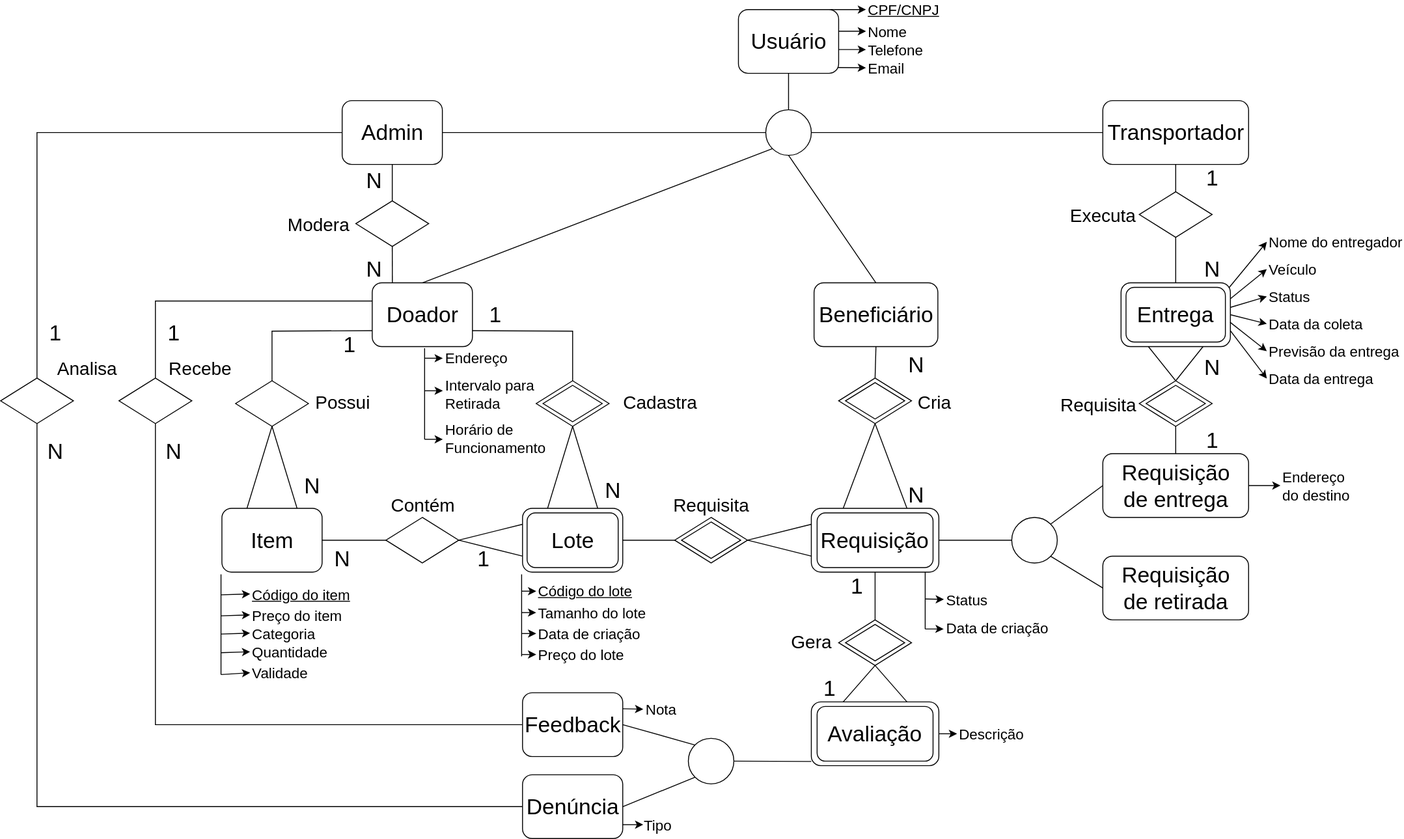
Earlier version of the draw.io export relational_schema_final_version.drawio.svg (Fugant1/zero-waste-schema). Source tidied: cells renumbered, new cells last; positions are measured from the earlier drawing's top-left corner, leaving out a move shared by most shapes.
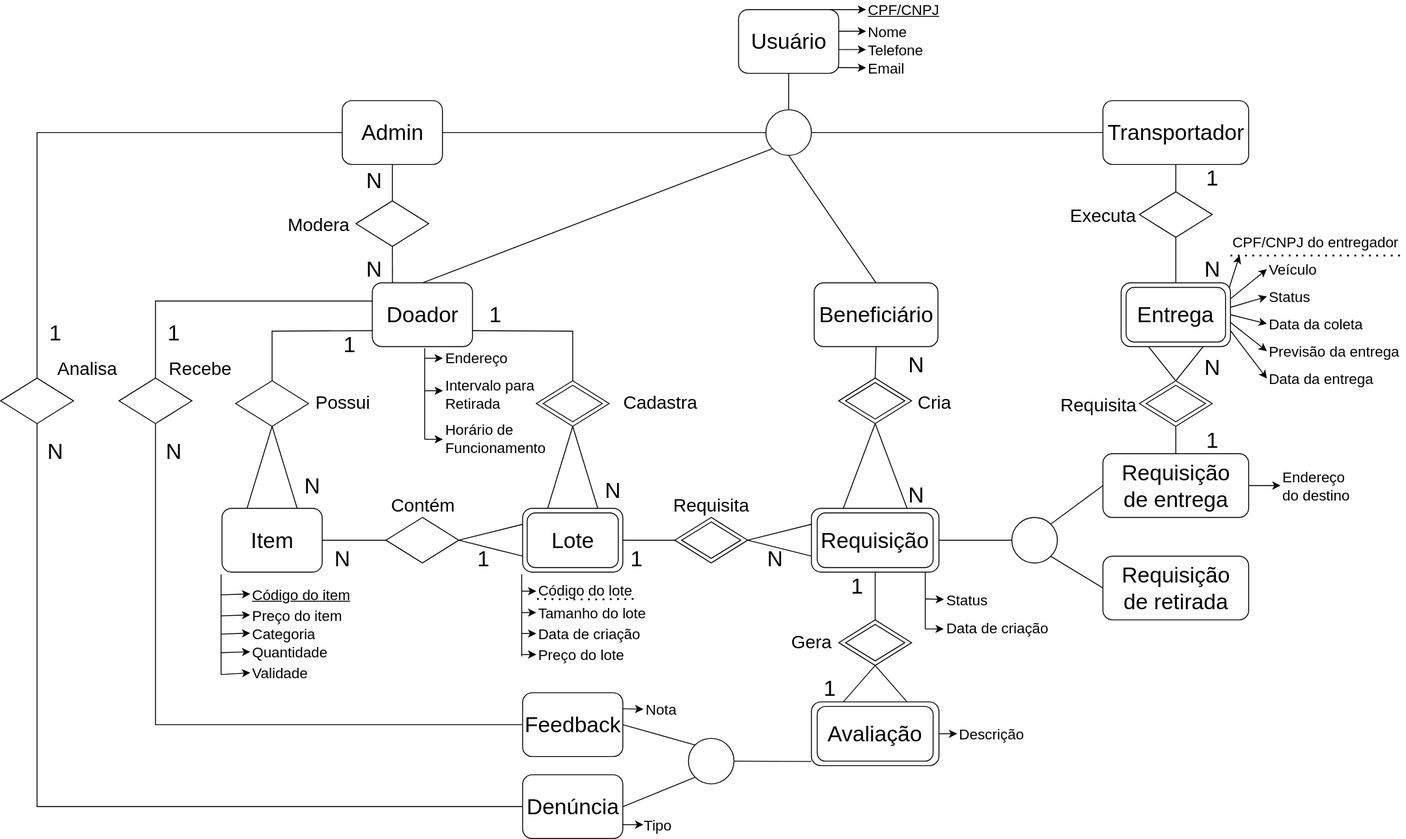
Above is the later version.

Diff of the diagram source:
```diff
@@ -117,9 +117,6 @@
         </Array>
       </mxGeometry>
     </mxCell>
-    <mxCell id="34" style="endArrow=none;html=1;rounded=0;entryX=0.5;entryY=1;entryDx=0;entryDy=0;exitX=0.25;exitY=0;exitDx=0;exitDy=0;" parent="1" edge="1" source="13" target="39">
-      <mxGeometry relative="1" as="geometry" />
-    </mxCell>
     <mxCell id="35" value="&lt;font style=&quot;font-size: 20px;&quot;&gt;Cadastra&lt;/font&gt;" style="text;html=1;align=center;verticalAlign=middle;whiteSpace=wrap;rounded=0;" parent="1" vertex="1">
       <mxGeometry x="679" y="424.5" width="90" height="30" as="geometry" />
     </mxCell>
@@ -531,8 +528,8 @@
     <mxCell id="156" value="&lt;font style=&quot;font-size: 24px;&quot;&gt;N&lt;/font&gt;" style="text;html=1;align=center;verticalAlign=middle;whiteSpace=wrap;rounded=0;" parent="1" vertex="1">
       <mxGeometry x="380" y="183" width="60" height="30" as="geometry" />
     </mxCell>
-    <mxCell id="157" value="&lt;div&gt;&lt;span style=&quot;font-size: 16px; background-color: transparent; color: light-dark(rgb(0, 0, 0), rgb(255, 255, 255));&quot;&gt;Nome do entregador&lt;/span&gt;&lt;/div&gt;" style="text;html=1;align=left;verticalAlign=middle;whiteSpace=wrap;rounded=0;" parent="1" vertex="1">
-      <mxGeometry x="1390" y="250" width="150" height="30" as="geometry" />
+    <mxCell id="157" value="&lt;div&gt;&lt;span style=&quot;font-size: 16px; background-color: transparent; color: light-dark(rgb(0, 0, 0), rgb(255, 255, 255));&quot;&gt;CPF/CNPJ do entregador&lt;/span&gt;&lt;/div&gt;" style="text;html=1;align=left;verticalAlign=middle;whiteSpace=wrap;rounded=0;" parent="1" vertex="1">
+      <mxGeometry x="1350" y="250" width="190" height="30" as="geometry" />
     </mxCell>
     <mxCell id="158" value="&lt;div&gt;&lt;span style=&quot;font-size: 16px; background-color: transparent; color: light-dark(rgb(0, 0, 0), rgb(255, 255, 255));&quot;&gt;Veículo&lt;/span&gt;&lt;/div&gt;" style="text;html=1;align=left;verticalAlign=middle;whiteSpace=wrap;rounded=0;" parent="1" vertex="1">
       <mxGeometry x="1390" y="280" width="60" height="30" as="geometry" />
@@ -549,7 +546,7 @@
     <mxCell id="162" value="&lt;div&gt;&lt;span style=&quot;font-size: 16px; background-color: transparent; color: light-dark(rgb(0, 0, 0), rgb(255, 255, 255));&quot;&gt;Previsão da entrega&lt;/span&gt;&lt;/div&gt;" style="text;html=1;align=left;verticalAlign=middle;whiteSpace=wrap;rounded=0;" parent="1" vertex="1">
       <mxGeometry x="1390" y="370" width="150" height="30" as="geometry" />
     </mxCell>
-    <mxCell id="163" style="endArrow=classic;html=1;rounded=0;entryX=0;entryY=0.5;entryDx=0;entryDy=0;exitX=0.989;exitY=0.073;exitDx=0;exitDy=0;exitPerimeter=0;" parent="1" edge="1" source="126" target="157">
+    <mxCell id="163" style="endArrow=classic;html=1;rounded=0;entryX=1;entryY=0;entryDx=0;entryDy=0;exitX=0.989;exitY=0.073;exitDx=0;exitDy=0;exitPerimeter=0;" parent="1" edge="1" source="126" target="146">
       <mxGeometry relative="1" as="geometry" />
     </mxCell>
     <mxCell id="164" style="endArrow=classic;html=1;rounded=0;entryX=0;entryY=0.5;entryDx=0;entryDy=0;exitX=1;exitY=0.25;exitDx=0;exitDy=0;" parent="1" edge="1" source="126" target="158">
@@ -579,9 +576,6 @@
     <mxCell id="172" value="&lt;div&gt;&lt;span style=&quot;font-size: 16px; background-color: transparent; color: light-dark(rgb(0, 0, 0), rgb(255, 255, 255));&quot;&gt;Data de criação&lt;/span&gt;&lt;/div&gt;" style="text;html=1;align=left;verticalAlign=middle;whiteSpace=wrap;rounded=0;" parent="1" vertex="1">
       <mxGeometry x="588" y="685" width="125" height="20" as="geometry" />
     </mxCell>
-    <mxCell id="173" value="&lt;div&gt;&lt;span style=&quot;font-size: 16px; background-color: transparent; color: light-dark(rgb(0, 0, 0), rgb(255, 255, 255));&quot;&gt;&lt;u&gt;Código do lote&lt;/u&gt;&lt;/span&gt;&lt;/div&gt;" style="text;html=1;align=left;verticalAlign=middle;whiteSpace=wrap;rounded=0;" parent="1" vertex="1">
-      <mxGeometry x="588" y="638.5" width="125" height="20" as="geometry" />
-    </mxCell>
     <mxCell id="174" value="&lt;div&gt;&lt;span style=&quot;font-size: 16px; background-color: transparent; color: light-dark(rgb(0, 0, 0), rgb(255, 255, 255));&quot;&gt;Preço do lote&lt;/span&gt;&lt;/div&gt;" style="text;html=1;align=left;verticalAlign=middle;whiteSpace=wrap;rounded=0;" parent="1" vertex="1">
       <mxGeometry x="588" y="708" width="120" height="20" as="geometry" />
     </mxCell>
@@ -663,8 +657,38 @@
     <mxCell id="191" style="endArrow=none;html=1;rounded=0;entryX=0.5;entryY=1;entryDx=0;entryDy=0;exitX=0.75;exitY=0;exitDx=0;exitDy=0;" parent="1" edge="1" source="16" target="26">
       <mxGeometry relative="1" as="geometry" />
     </mxCell>
-    <mxCell id="192" style="endArrow=none;html=1;rounded=0;entryX=0.5;entryY=1;entryDx=0;entryDy=0;exitX=0.75;exitY=0;exitDx=0;exitDy=0;" parent="1" edge="1" source="13" target="39">
+    <mxCell id="192" style="endArrow=none;html=1;rounded=0;entryX=0.5;entryY=1;entryDx=0;entryDy=0;exitX=0.25;exitY=0;exitDx=0;exitDy=0;" parent="1" edge="1" source="13" target="39">
       <mxGeometry relative="1" as="geometry" />
     </mxCell>
+    <mxCell id="193" style="group;" parent="1" vertex="1">
+      <mxGeometry x="588" y="637" width="125" height="20.5" as="geometry" />
+    </mxCell>
+    <mxCell id="173" value="&lt;div&gt;&lt;span style=&quot;font-size: 16px; background-color: transparent; color: light-dark(rgb(0, 0, 0), rgb(255, 255, 255));&quot;&gt;Código do lote&lt;/span&gt;&lt;/div&gt;" style="text;html=1;align=left;verticalAlign=middle;whiteSpace=wrap;rounded=0;convertToSvg=1;" parent="193" vertex="1">
+      <mxGeometry width="125" height="20" as="geometry" />
+    </mxCell>
+    <mxCell id="194" style="endArrow=none;dashed=1;html=1;dashPattern=1 3;strokeWidth=2;rounded=0;entryX=0;entryY=1;entryDx=0;entryDy=0;exitX=0.854;exitY=0.997;exitDx=0;exitDy=0;exitPerimeter=0;" parent="193" edge="1" source="173" target="173">
+      <mxGeometry relative="1" as="geometry">
+        <Array as="points">
+          <mxPoint x="69" y="20.5" />
+          <mxPoint x="49" y="20.5" />
+        </Array>
+      </mxGeometry>
+    </mxCell>
+    <mxCell id="195" style="endArrow=none;dashed=1;html=1;dashPattern=1 3;strokeWidth=2;rounded=0;entryX=1;entryY=1;entryDx=0;entryDy=0;exitX=0;exitY=1;exitDx=0;exitDy=0;" parent="1" edge="1" source="157" target="157">
+      <mxGeometry relative="1" as="geometry">
+        <Array as="points">
+          <mxPoint x="1452" y="280" />
+        </Array>
+      </mxGeometry>
+    </mxCell>
+    <mxCell id="34" style="endArrow=none;html=1;rounded=0;entryX=0.5;entryY=1;entryDx=0;entryDy=0;exitX=0.75;exitY=0;exitDx=0;exitDy=0;" parent="1" edge="1" source="13" target="39">
+      <mxGeometry relative="1" as="geometry" />
+    </mxCell>
+    <mxCell id="196" value="&lt;font style=&quot;font-size: 24px;&quot;&gt;1&lt;/font&gt;" style="text;html=1;align=center;verticalAlign=middle;whiteSpace=wrap;rounded=0;" parent="1" vertex="1">
+      <mxGeometry x="668" y="597.5" width="60" height="30" as="geometry" />
+    </mxCell>
+    <mxCell id="197" value="&lt;font style=&quot;font-size: 24px;&quot;&gt;N&lt;/font&gt;" style="text;html=1;align=center;verticalAlign=middle;whiteSpace=wrap;rounded=0;" parent="1" vertex="1">
+      <mxGeometry x="820" y="597.5" width="60" height="30" as="geometry" />
+    </mxCell>
   </root>
 </mxGraphModel>
```
